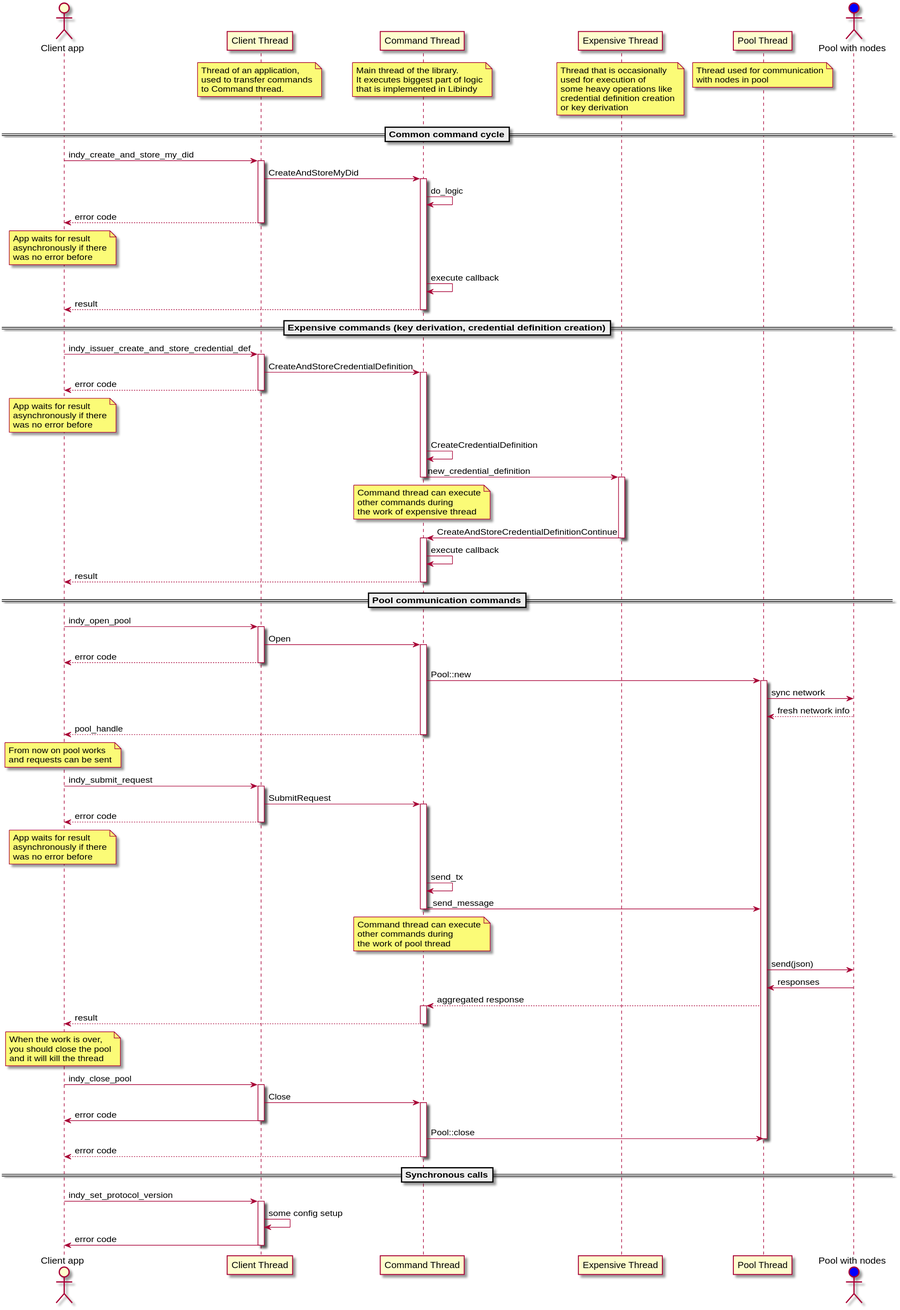
hyperledger-archives/indy-sdk keeps this PlantUML diagram as docs/architecture/threading_model.svg. Above is the earlier version.
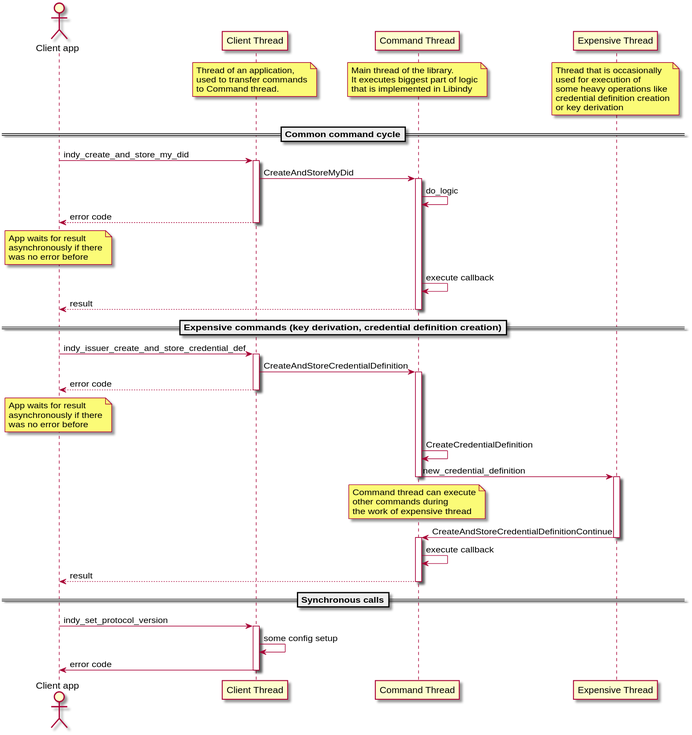
Later version of the same file.

Commit message:
IS-1334 -- Divided diagram in two pieces

Change to the diagram source:
```diff
@@ -20,12 +20,6 @@
     credential definition creation
     or key derivation
 end note
-participant "Pool Thread" as Pool
-/ note over Pool
-    Thread used for communication
-    with nodes in pool
-end note
-actor "Pool with nodes" as Nodes #blue
 
 ==Common command cycle==
 App -> Client: indy_create_and_store_my_did
@@ -72,69 +66,6 @@
 Command --> App: result
 deactivate Command
 
-==Pool communication commands==
-App -> Client: indy_open_pool
-activate Client
-Client -> Command: Open
-activate Command
-Client --> App: error code
-deactivate Client
-Command -> Pool: Pool::new
-activate Pool
-Pool -> Nodes: sync network
-Nodes --> Pool: fresh network info
-Command --> App: pool_handle
-deactivate Command
-
-note over App
-    From now on pool works
-    and requests can be sent
-end note
-
-App -> Client: indy_submit_request
-activate Client
-Client -> Command: SubmitRequest
-activate Command
-Client --> App: error code
-deactivate Client
-
-note over App
-    App waits for result
-    asynchronously if there
-    was no error before
-end note
-Command -> Command: send_tx
-Command -> Pool: _send_message
-note over Command
-    Command thread can execute
-    other commands during
-    the work of pool thread
-end note
-deactivate Command
-Pool -> Nodes: send(json)
-Nodes -> Pool: responses
-Pool --> Command: aggregated response
-activate Command
-Command --> App: result
-deactivate Command
-
-note over App
-    When the work is over,
-    you should close the pool
-    and it will kill the thread
-end note
-
-App -> Client: indy_close_pool
-activate Client
-Client -> Command: Close
-activate Command
-Client -> App: error code
-deactivate Client
-Command -> Pool: Pool::close
-deactivate Pool
-Command --> App: error code
-deactivate Command
-
 ==Synchronous calls==
 App -> Client: indy_set_protocol_version
 activate Client
```
